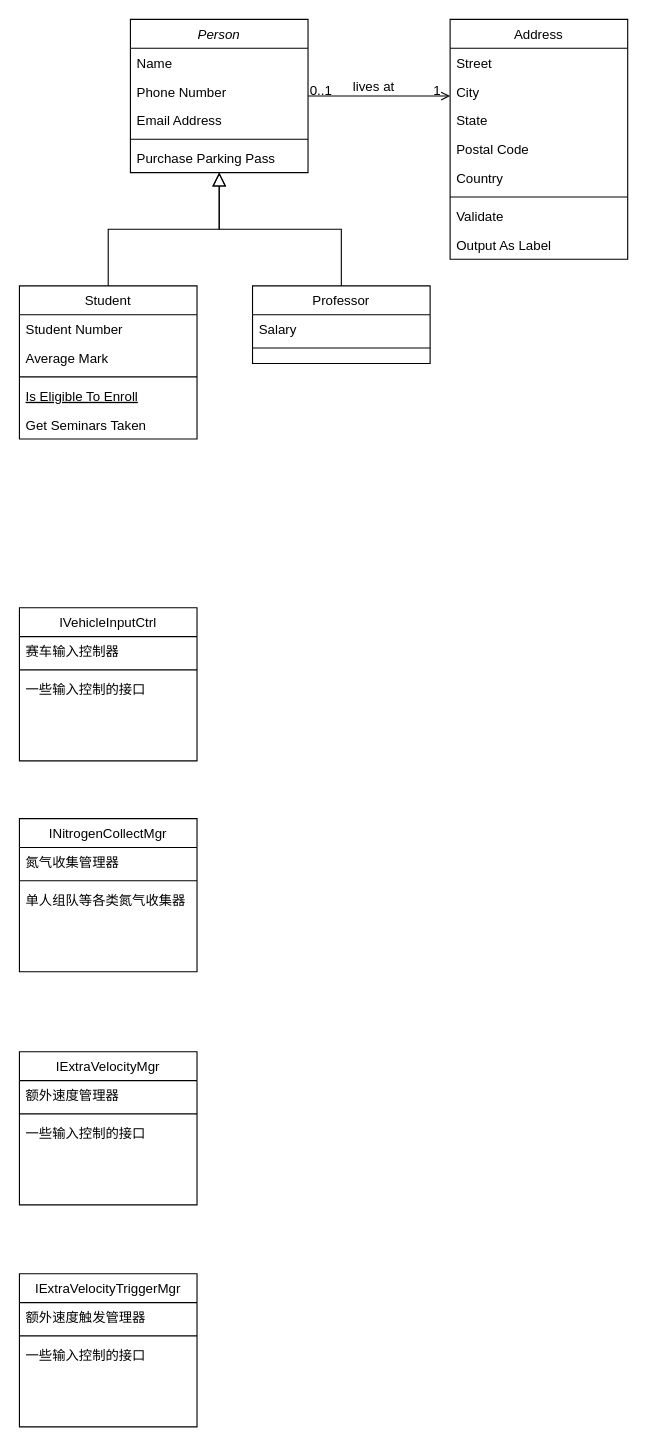
uniHk/UniverseofHK.github.io keeps this draw.io diagram as PlayVehicleMoudle.drawio. Above is the earlier version. Source tidied: cells renumbered, new cells numbered last; positions are measured from the earlier drawing's top-left corner, leaving out a move shared by most shapes. Both pictures are drawn from the tidied source at 111%, with x=0, y=0 at pixel (19, 19).
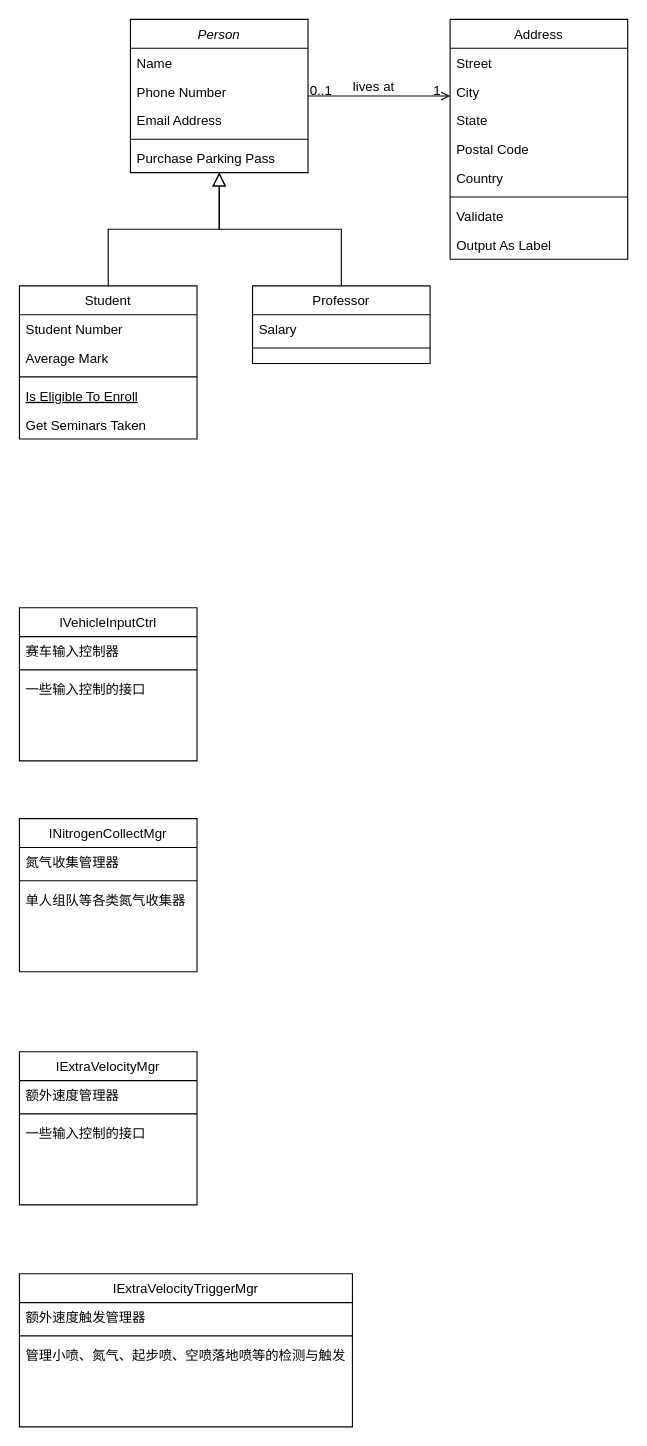
The same page after the edit.

Diff of the diagram source:
```diff
@@
     <mxCell id="44" value="IExtraVelocityTriggerMgr" style="swimlane;fontStyle=0;align=center;verticalAlign=top;horizontal=1;startSize=26;rounded=0;shadow=0;strokeWidth=1;" parent="1" vertex="1">
-      <mxGeometry y="1130" width="160" height="138" as="geometry" />
+      <mxGeometry y="1130" width="300" height="138" as="geometry" />
     </mxCell>
     <mxCell id="45" value="额外速度触发管理器" style="text;align=left;verticalAlign=top;spacingLeft=4;spacingRight=4;overflow=hidden;rounded=0;shadow=0;html=0;" parent="44" vertex="1">
-      <mxGeometry y="26" width="160" height="26" as="geometry" />
+      <mxGeometry y="26" width="300" height="26" as="geometry" />
     </mxCell>
     <mxCell id="46" style="line;html=1;strokeWidth=1;align=left;verticalAlign=middle;spacingTop=-1;spacingLeft=3;spacingRight=3;labelPosition=right;" parent="44" vertex="1">
-      <mxGeometry y="52" width="160" height="8" as="geometry" />
+      <mxGeometry y="52" width="300" height="8" as="geometry" />
     </mxCell>
-    <mxCell id="47" value="一些输入控制的接口" style="text;align=left;verticalAlign=top;spacingLeft=4;spacingRight=4;overflow=hidden;" parent="44" vertex="1">
-      <mxGeometry y="60" width="160" height="26" as="geometry" />
+    <mxCell id="47" value="管理小喷、氮气、起步喷、空喷落地喷等的检测与触发" style="text;align=left;verticalAlign=top;spacingLeft=4;spacingRight=4;overflow=hidden;" parent="44" vertex="1">
+      <mxGeometry y="60" width="300" height="26" as="geometry" />
     </mxCell>
```
